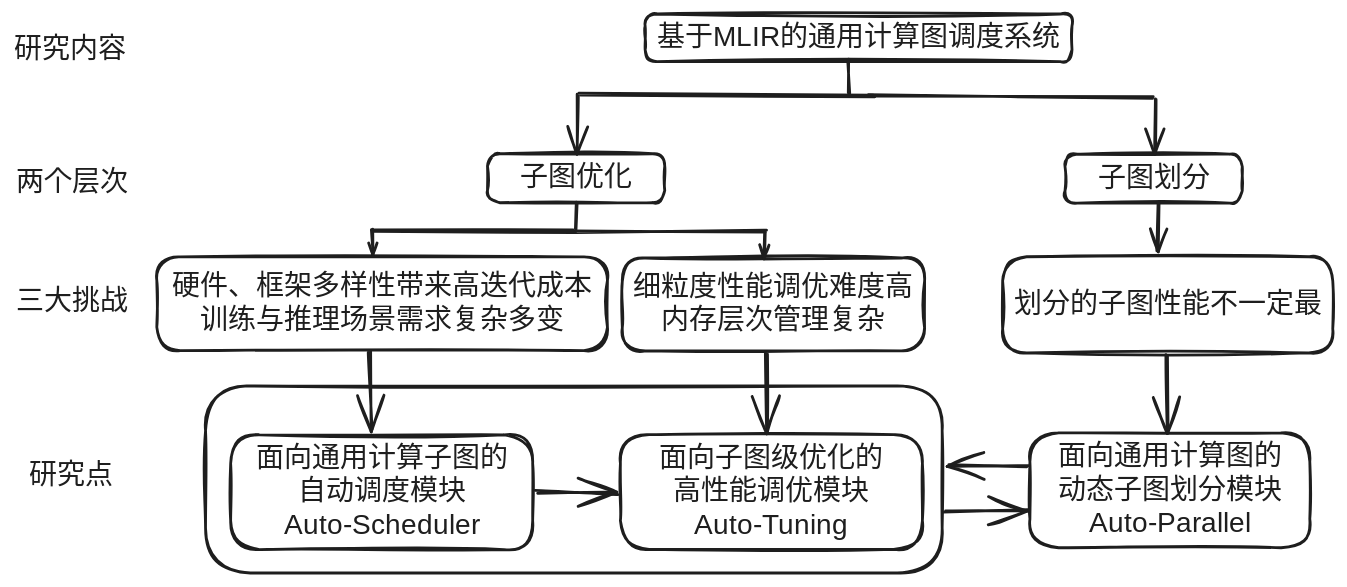
tfruan2000/tfruan2000.github.io keeps this Excalidraw diagram as assets/img/Meta-Scheduler/new_infra.excalidraw.svg. Above is the earlier version. Source tidied: one line per element, renumbered; positions are measured from the earlier drawing's top-left corner, leaving out a move shared by most shapes.
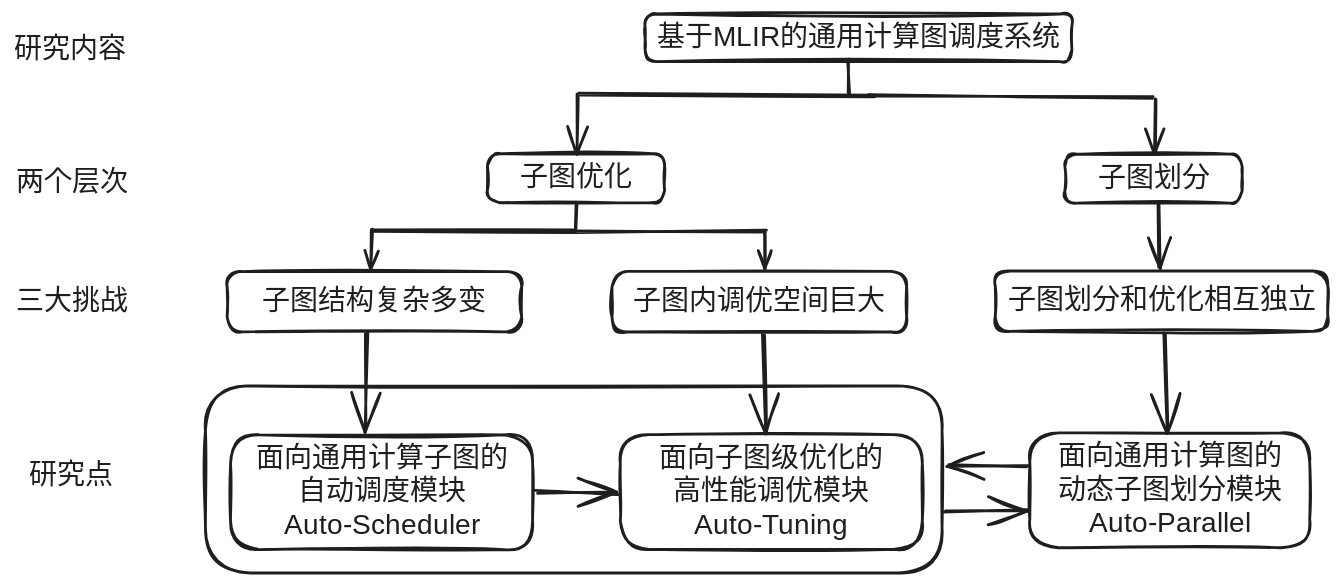
After the commit.

Diff of the diagram source:
```diff
@@ -5,8 +5,8 @@
 {"id": 4, "type": "text", "text": "子图优化", "strokeColor": "#1e1e1e", "strokeWidth": 2, "roughness": 1, "fontSize": 20, "fontFamily": 3, "textAlign": "center", "verticalAlign": "middle", "inside": 3, "x": 361, "y": 105, "width": 80, "height": 24}
 {"id": 5, "type": "rectangle", "strokeColor": "#1e1e1e", "strokeWidth": 2, "roughness": 1, "round": true, "x": 451, "y": 0, "width": 305, "height": 34}
 {"id": 6, "type": "text", "text": "基于MLIR的通用计算图调度系统", "strokeColor": "#1e1e1e", "strokeWidth": 2, "roughness": 1, "fontSize": 20, "fontFamily": 3, "textAlign": "center", "verticalAlign": "middle", "inside": 5, "x": 460, "y": 5, "width": 287, "height": 24}
-{"id": 7, "type": "rectangle", "strokeColor": "#1e1e1e", "strokeWidth": 2, "roughness": 1, "round": true, "x": 102, "y": 174, "width": 322, "height": 67}
+{"id": 7, "type": "rectangle", "strokeColor": "#1e1e1e", "strokeWidth": 2, "roughness": 1, "round": true, "x": 152, "y": 184, "width": 210, "height": 43}
-{"id": 8, "type": "text", "text": "硬件、框架多样性带来高迭代成本\n训练与推理场景需求复杂多变", "strokeColor": "#1e1e1e", "strokeWidth": 2, "roughness": 1, "fontSize": 20, "fontFamily": 3, "textAlign": "center", "verticalAlign": "middle", "inside": 7, "x": 113, "y": 183, "width": 300, "height": 48}
+{"id": 8, "type": "text", "text": "子图结构复杂多变", "strokeColor": "#1e1e1e", "strokeWidth": 2, "roughness": 1, "fontSize": 20, "fontFamily": 3, "textAlign": "center", "verticalAlign": "middle", "inside": 7, "x": 177, "y": 194, "width": 160, "height": 24}
 {"id": 9, "type": "line", "strokeColor": "#1e1e1e", "backgroundColor": "#ffffff", "fillStyle": "solid", "strokeWidth": 2, "roughness": 1, "round": true, "x": 596, "y": 33, "width": 0, "height": 24, "points": [[0, 0], [0, 24]]}
 {"id": 10, "type": "line", "strokeColor": "#1e1e1e", "backgroundColor": "#ffffff", "fillStyle": "solid", "strokeWidth": 2, "roughness": 1, "round": true, "x": 615, "y": 59, "width": 209, "height": 3, "points": [[0, 0], [-209, -3]]}
 {"id": 11, "type": "line", "strokeColor": "#1e1e1e", "backgroundColor": "#ffffff", "fillStyle": "solid", "strokeWidth": 2, "roughness": 1, "round": true, "x": 609, "y": 58, "width": 204, "height": 1, "points": [[0, 0], [204, 1]]}
@@ -14,27 +14,27 @@
 {"id": 13, "type": "arrow", "strokeColor": "#1e1e1e", "backgroundColor": "#ffffff", "fillStyle": "solid", "strokeWidth": 2, "roughness": 1, "endArrowhead": "arrow", "round": true, "to": 1, "x": 816, "y": 61, "width": 0, "height": 39, "points": [[0, 0], [0, 39]]}
 {"id": 14, "type": "rectangle", "strokeColor": "#1e1e1e", "strokeWidth": 2, "roughness": 1, "round": true, "x": 155, "y": 301, "width": 216, "height": 82}
 {"id": 15, "type": "text", "text": "面向通用计算子图的\n自动调度模块\nAuto-Scheduler", "strokeColor": "#1e1e1e", "strokeWidth": 2, "roughness": 1, "fontSize": 20, "fontFamily": 3, "textAlign": "center", "verticalAlign": "middle", "inside": 14, "x": 173, "y": 306, "width": 180, "height": 72}
-{"id": 16, "type": "rectangle", "strokeColor": "#1e1e1e", "strokeWidth": 2, "roughness": 1, "round": true, "x": 434, "y": 174, "width": 216, "height": 66}
-{"id": 17, "type": "text", "text": "细粒度性能调优难度高\n内存层次管理复杂", "strokeColor": "#1e1e1e", "backgroundColor": "#ffffff", "fillStyle": "solid", "strokeWidth": 2, "roughness": 1, "fontSize": 20, "fontFamily": 3, "textAlign": "center", "verticalAlign": "middle", "inside": 16, "x": 442, "y": 184, "width": 200, "height": 48}
-{"id": 18, "type": "rectangle", "strokeColor": "#1e1e1e", "strokeWidth": 2, "roughness": 1, "round": true, "x": 706, "y": 173, "width": 236, "height": 69}
-{"id": 19, "type": "text", "text": "划分的子图性能不一定最", "strokeColor": "#1e1e1e", "backgroundColor": "#ffffff", "fillStyle": "solid", "strokeWidth": 2, "roughness": 1, "fontSize": 20, "fontFamily": 3, "textAlign": "center", "verticalAlign": "middle", "inside": 18, "x": 714, "y": 196, "width": 220, "height": 24}
-{"id": 20, "type": "arrow", "strokeColor": "#1e1e1e", "backgroundColor": "#ffffff", "fillStyle": "solid", "strokeWidth": 2, "roughness": 1, "endArrowhead": "arrow", "round": true, "from": 7, "to": 14, "x": 254, "y": 242, "width": 1, "height": 55, "points": [[0, 0], [1, 55]]}
+{"id": 20, "type": "arrow", "strokeColor": "#1e1e1e", "backgroundColor": "#ffffff", "fillStyle": "solid", "strokeWidth": 2, "roughness": 1, "endArrowhead": "arrow", "round": true, "from": 7, "to": 14, "x": 252, "y": 228, "width": 1, "height": 69, "points": [[0, 0], [-1, 69]]}
 {"id": 21, "type": "rectangle", "strokeColor": "#1e1e1e", "strokeWidth": 2, "roughness": 1, "round": true, "x": 433, "y": 301, "width": 216, "height": 82}
 {"id": 22, "type": "text", "text": "面向子图级优化的\n高性能调优模块\nAuto-Tuning", "strokeColor": "#1e1e1e", "strokeWidth": 2, "roughness": 1, "fontSize": 20, "fontFamily": 3, "textAlign": "center", "verticalAlign": "middle", "inside": 21, "x": 461, "y": 306, "width": 160, "height": 72}
 {"id": 23, "type": "rectangle", "strokeColor": "#1e1e1e", "strokeWidth": 2, "roughness": 1, "round": true, "x": 726, "y": 299, "width": 200, "height": 82}
 {"id": 24, "type": "text", "text": "面向通用计算图的\n动态子图划分模块\nAuto-Parallel", "strokeColor": "#1e1e1e", "strokeWidth": 2, "roughness": 1, "fontSize": 20, "fontFamily": 3, "textAlign": "center", "verticalAlign": "middle", "inside": 23, "x": 746, "y": 304, "width": 160, "height": 72}
-{"id": 25, "type": "arrow", "strokeColor": "#1e1e1e", "backgroundColor": "#ffffff", "fillStyle": "solid", "strokeWidth": 2, "roughness": 1, "endArrowhead": "arrow", "round": true, "from": 16, "to": 21, "x": 538, "y": 242, "width": 1, "height": 57, "points": [[0, 0], [-1, 57]]}
+{"id": 25, "type": "arrow", "strokeColor": "#1e1e1e", "backgroundColor": "#ffffff", "fillStyle": "solid", "strokeWidth": 2, "roughness": 1, "endArrowhead": "arrow", "round": true, "from": 40, "to": 21, "x": 536, "y": 229, "width": 0, "height": 71, "points": [[0, 0], [0, 71]]}
-{"id": 26, "type": "arrow", "strokeColor": "#1e1e1e", "backgroundColor": "#ffffff", "fillStyle": "solid", "strokeWidth": 2, "roughness": 1, "endArrowhead": "arrow", "round": true, "from": 18, "to": 23, "x": 823, "y": 243, "width": 0, "height": 55, "points": [[0, 0], [0, 55]]}
+{"id": 26, "type": "arrow", "strokeColor": "#1e1e1e", "backgroundColor": "#ffffff", "fillStyle": "solid", "strokeWidth": 2, "roughness": 1, "endArrowhead": "arrow", "round": true, "from": 42, "to": 23, "x": 822, "y": 228, "width": 2, "height": 71, "points": [[0, 0], [2, 71]]}
 {"id": 27, "type": "arrow", "strokeColor": "#1e1e1e", "strokeWidth": 2, "roughness": 1, "endArrowhead": "arrow", "round": true, "from": 23, "to": 21, "x": 724, "y": 323, "width": 56, "height": 0, "points": [[0, 0], [-56, 0]]}
 {"id": 28, "type": "arrow", "strokeColor": "#1e1e1e", "strokeWidth": 2, "roughness": 1, "endArrowhead": "arrow", "round": true, "from": 21, "to": 23, "x": 665, "y": 356, "width": 59, "height": 1, "points": [[0, 0], [59, -1]]}
 {"id": 29, "type": "line", "strokeColor": "#1e1e1e", "strokeWidth": 2, "roughness": 1, "round": true, "x": 402, "y": 135, "width": 1, "height": 19, "points": [[0, 0], [-1, 19]]}
 {"id": 30, "type": "line", "strokeColor": "#1e1e1e", "strokeWidth": 2, "roughness": 1, "round": true, "x": 401, "y": 157, "width": 137, "height": 2, "points": [[0, 0], [137, -2]]}
 {"id": 31, "type": "line", "strokeColor": "#1e1e1e", "strokeWidth": 2, "roughness": 1, "round": true, "x": 400, "y": 155, "width": 143, "height": 1, "points": [[0, 0], [-143, -1]]}
-{"id": 32, "type": "arrow", "strokeColor": "#1e1e1e", "strokeWidth": 2, "roughness": 1, "endArrowhead": "arrow", "round": true, "to": 7, "x": 255, "y": 154, "width": 1, "height": 18, "points": [[0, 0], [1, 18]]}
+{"id": 32, "type": "arrow", "strokeColor": "#1e1e1e", "strokeWidth": 2, "roughness": 1, "endArrowhead": "arrow", "round": true, "to": 7, "x": 255, "y": 154, "width": 1, "height": 28, "points": [[0, 0], [-1, 28]]}
-{"id": 33, "type": "arrow", "strokeColor": "#1e1e1e", "strokeWidth": 2, "roughness": 1, "endArrowhead": "arrow", "round": true, "x": 536, "y": 155, "width": 1, "height": 19, "points": [[0, 0], [-1, 19]]}
+{"id": 33, "type": "arrow", "strokeColor": "#1e1e1e", "strokeWidth": 2, "roughness": 1, "endArrowhead": "arrow", "round": true, "to": 40, "x": 536, "y": 155, "width": 0, "height": 27, "points": [[0, 0], [0, 27]]}
 {"id": 34, "type": "arrow", "strokeColor": "#1e1e1e", "strokeWidth": 2, "roughness": 1, "endArrowhead": "arrow", "round": true, "from": 14, "to": 21, "x": 373, "y": 341, "width": 59, "height": 1, "points": [[0, 0], [59, 1]]}
 {"id": 35, "type": "text", "text": "研究点", "strokeColor": "#1e1e1e", "strokeWidth": 2, "roughness": 1, "fontSize": 20, "fontFamily": 3, "x": 11, "y": 318, "width": 60, "height": 24}
 {"id": 36, "type": "text", "text": "三大挑战", "strokeColor": "#1e1e1e", "strokeWidth": 2, "roughness": 1, "fontSize": 20, "fontFamily": 3, "x": 1, "y": 193, "width": 80, "height": 24}
 {"id": 37, "type": "text", "text": "两个层次", "strokeColor": "#1e1e1e", "strokeWidth": 2, "roughness": 1, "fontSize": 20, "fontFamily": 3, "x": 1, "y": 109, "width": 80, "height": 24}
 {"id": 38, "type": "text", "text": "研究内容", "strokeColor": "#1e1e1e", "strokeWidth": 2, "roughness": 1, "fontSize": 20, "fontFamily": 3, "x": 0, "y": 14, "width": 80, "height": 24}
-{"id": 39, "type": "arrow", "strokeColor": "#1e1e1e", "strokeWidth": 2, "roughness": 1, "endArrowhead": "arrow", "round": true, "to": 18, "x": 818, "y": 134, "width": 1, "height": 35, "points": [[0, 0], [-1, 35]]}
+{"id": 39, "type": "arrow", "strokeColor": "#1e1e1e", "strokeWidth": 2, "roughness": 1, "endArrowhead": "arrow", "round": true, "to": 42, "x": 818, "y": 134, "width": 0, "height": 47, "points": [[0, 0], [0, 47]]}
+{"id": 40, "type": "rectangle", "strokeColor": "#1e1e1e", "strokeWidth": 2, "roughness": 1, "round": true, "x": 427, "y": 184, "width": 210, "height": 43}
+{"id": 41, "type": "text", "text": "子图内调优空间巨大", "strokeColor": "#1e1e1e", "strokeWidth": 2, "roughness": 1, "fontSize": 20, "fontFamily": 3, "textAlign": "center", "verticalAlign": "middle", "inside": 40, "x": 442, "y": 194, "width": 180, "height": 24}
+{"id": 42, "type": "rectangle", "strokeColor": "#1e1e1e", "strokeWidth": 2, "roughness": 1, "round": true, "x": 701, "y": 184, "width": 238, "height": 43}
+{"id": 43, "type": "text", "text": "子图划分和优化相互独立", "strokeColor": "#1e1e1e", "strokeWidth": 2, "roughness": 1, "fontSize": 20, "fontFamily": 3, "textAlign": "center", "verticalAlign": "middle", "inside": 42, "x": 710, "y": 193, "width": 220, "height": 24}
```
